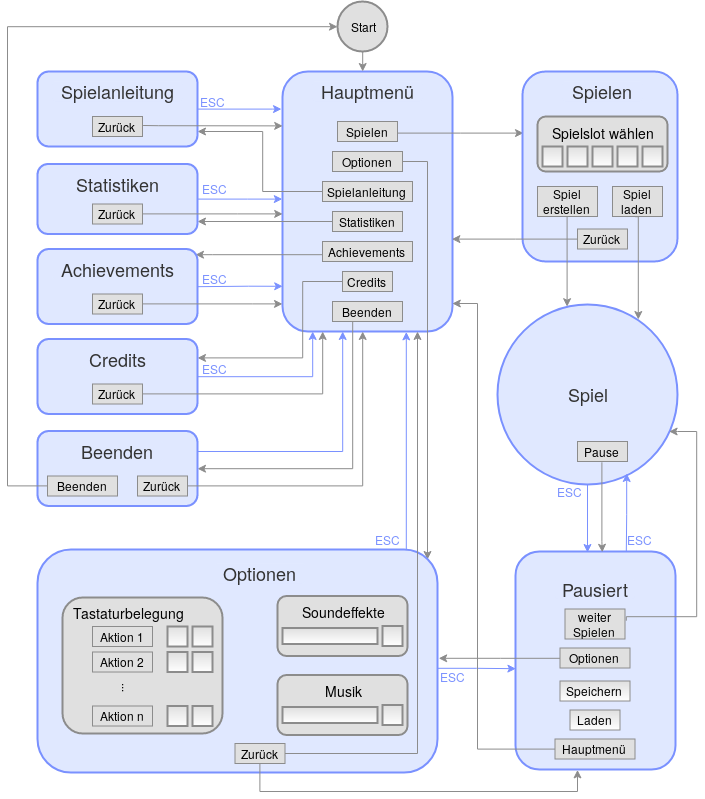
The draw.io diagram abgabe/GDD/current/img/menu_structure.png in max-nazarati/sopra, before a commit. Source tidied: cells renumbered, new cells last; positions are measured from the earlier drawing's top-left corner, leaving out a move shared by most shapes.
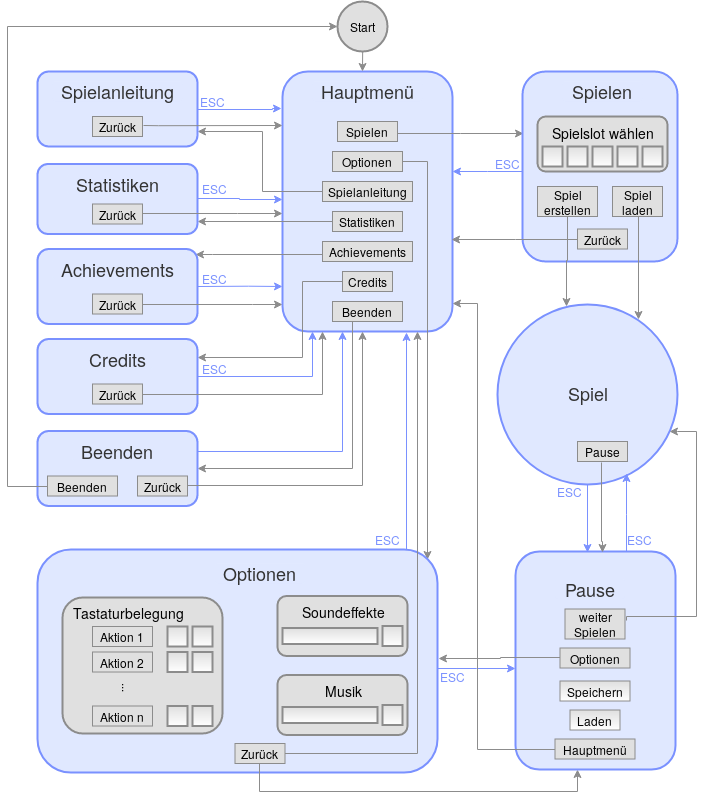
After the change.

Commit message:
finalised menu structure graph

Diff of the diagram source:
```diff
@@ -80,7 +80,7 @@
     <mxCell id="18" style="edgeStyle=orthogonalEdgeStyle;rounded=0;jettySize=auto;html=1;entryX=-0.001;entryY=0.491;entryDx=0;entryDy=0;entryPerimeter=0;strokeColor=#7A91FF;" parent="1" edge="1" source="19" target="2">
       <mxGeometry relative="1" as="geometry">
         <Array as="points">
-          <mxPoint x="240" y="197" />
+          <mxPoint x="232" y="197" />
         </Array>
       </mxGeometry>
     </mxCell>
@@ -125,6 +125,13 @@
     <mxCell id="27" value="&lt;font style=&quot;font-size: 18px&quot;&gt;Optionen&lt;/font&gt;" style="text;html=1;align=center;verticalAlign=middle;fillColor=#E0E8FF;strokeColor=none;rounded=1;strokeWidth=5;fontColor=#333333;" parent="1" vertex="1">
       <mxGeometry x="207.5" y="562" width="90" height="20" as="geometry" />
     </mxCell>
+    <mxCell id="112" style="edgeStyle=orthogonalEdgeStyle;rounded=0;jettySize=auto;html=1;entryX=0.999;entryY=0.383;entryDx=0;entryDy=0;entryPerimeter=0;strokeColor=#7A91FF;" parent="1" edge="1" source="28" target="2">
+      <mxGeometry relative="1" as="geometry">
+        <Array as="points">
+          <mxPoint x="480" y="170" />
+        </Array>
+      </mxGeometry>
+    </mxCell>
     <mxCell id="28" style="rounded=1;whiteSpace=wrap;html=1;fillColor=#E0E8FF;strokeColor=#7A91FF;fontColor=#333333;strokeWidth=2;" parent="1" vertex="1">
       <mxGeometry x="515" y="70" width="155" height="190" as="geometry" />
     </mxCell>
@@ -353,8 +360,8 @@
     <mxCell id="76" style="rounded=1;whiteSpace=wrap;html=1;fillColor=#E0E8FF;strokeColor=#7A91FF;fontColor=#333333;strokeWidth=2;" parent="1" vertex="1">
       <mxGeometry x="508" y="550" width="160" height="218" as="geometry" />
     </mxCell>
-    <mxCell id="77" value="&lt;div style=&quot;font-size: 18px&quot;&gt;&lt;font style=&quot;font-size: 18px&quot;&gt;Pausiert&lt;/font&gt;&lt;/div&gt;" style="text;html=1;align=center;verticalAlign=middle;fillColor=#E0E8FF;strokeColor=none;rounded=1;strokeWidth=5;fontColor=#333333;" parent="1" vertex="1">
-      <mxGeometry x="547.5" y="577.5" width="80" height="20" as="geometry" />
+    <mxCell id="77" value="&lt;div style=&quot;font-size: 18px&quot;&gt;&lt;font style=&quot;font-size: 18px&quot;&gt;Pause&lt;/font&gt;&lt;/div&gt;" style="text;html=1;align=center;verticalAlign=middle;fillColor=#E0E8FF;strokeColor=none;rounded=1;strokeWidth=5;fontColor=#333333;" parent="1" vertex="1">
+      <mxGeometry x="547.5" y="577.5" width="70" height="20" as="geometry" />
     </mxCell>
     <mxCell id="78" style="edgeStyle=orthogonalEdgeStyle;rounded=0;jettySize=auto;html=1;strokeColor=#8C8C8C;strokeWidth=1;entryX=0.999;entryY=0.892;entryDx=0;entryDy=0;entryPerimeter=0;" parent="1" edge="1" source="79" target="2">
       <mxGeometry relative="1" as="geometry">
@@ -478,5 +485,8 @@
     <mxCell id="111" value="&lt;div&gt;Start&lt;/div&gt;" style="ellipse;whiteSpace=wrap;html=1;rounded=0;shadow=0;glass=0;comic=0;strokeColor=#8C8C8C;strokeWidth=2;fillColor=#E0E0E0;gradientColor=none;" parent="1" vertex="1">
       <mxGeometry x="330" width="50" height="50" as="geometry" />
     </mxCell>
+    <mxCell id="113" value="&lt;font color=&quot;#7A91FF&quot;&gt;ESC&lt;/font&gt;" style="text;html=1;align=center;verticalAlign=middle;fillColor=none;strokeColor=none;rounded=0;shadow=0;glass=0;comic=0;" parent="1" vertex="1">
+      <mxGeometry x="480" y="152.3" width="40" height="20" as="geometry" />
+    </mxCell>
   </root>
 </mxGraphModel>
```
